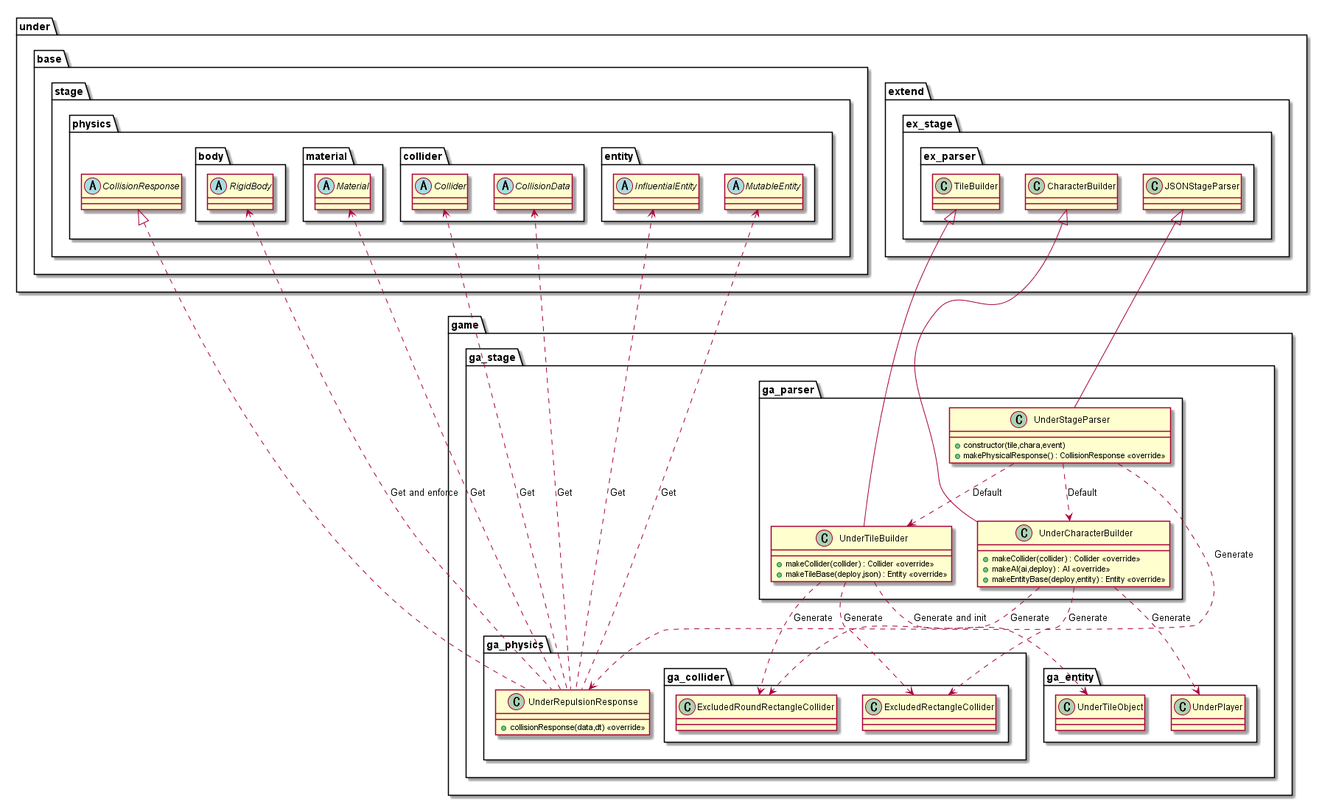
Earlier version of the PlantUML export out/uml/stage/Game/StageGame.png (Expine/Under).
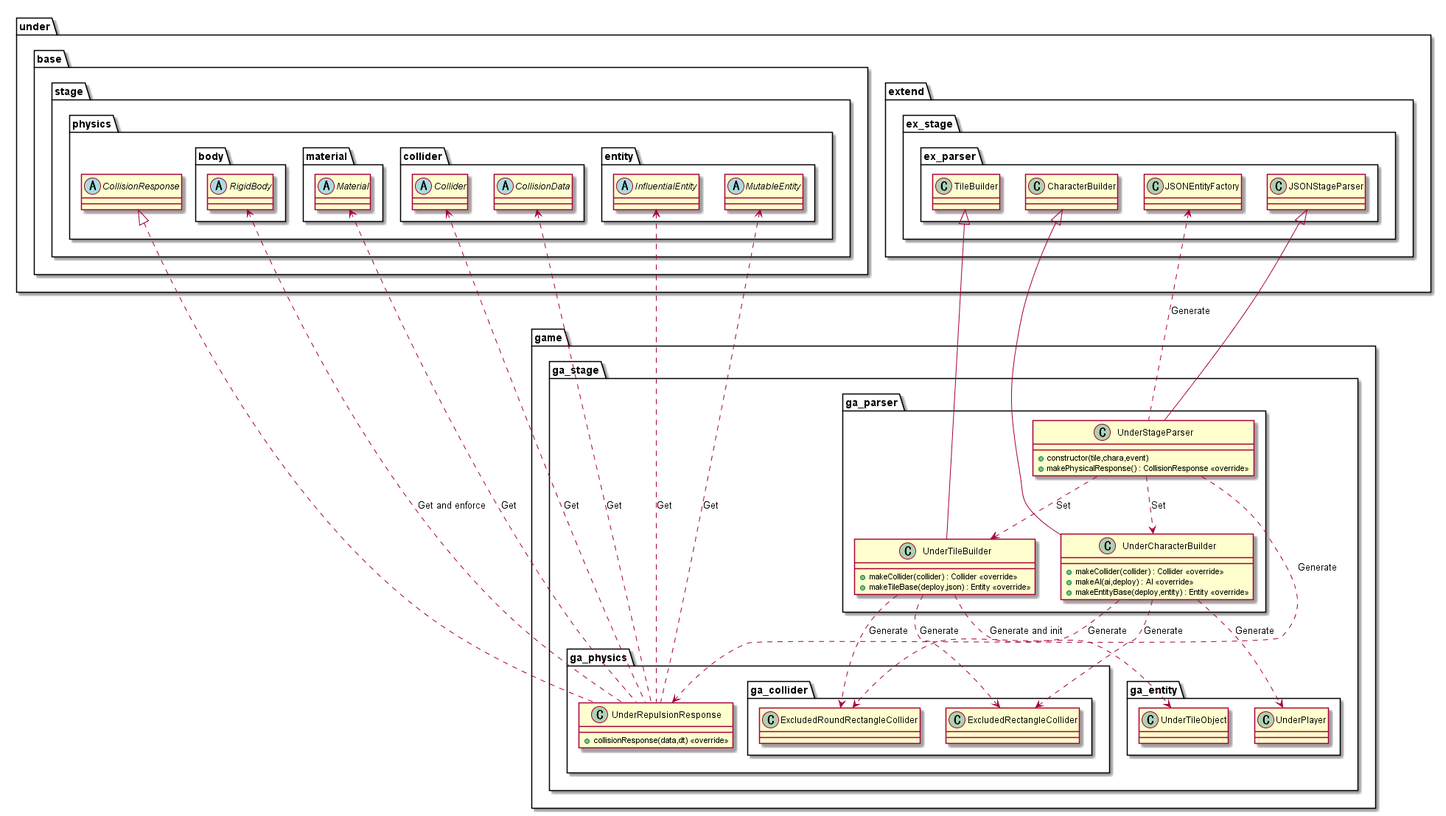
After the change.

Diff of the diagram source:
```diff
@@ -67,6 +67,7 @@
         package ex_stage {
             package ex_parser {
                 class JSONStageParser
+                class JSONEntityFactory
                 class TileBuilder
                 class CharacterBuilder
             }
@@ -74,9 +75,10 @@
     }
 }
 
-UnderStageParser ..> UnderTileBuilder : Default
-UnderStageParser ..> UnderCharacterBuilder : Default
+UnderStageParser ..> UnderTileBuilder : Set
+UnderStageParser ..> UnderCharacterBuilder : Set
 UnderStageParser ..> UnderRepulsionResponse : Generate
+JSONEntityFactory <.. UnderStageParser : Generate
 
 UnderTileBuilder ..> UnderTileObject : Generate and init
 UnderTileBuilder ..> ExcludedRectangleCollider : Generate
```
